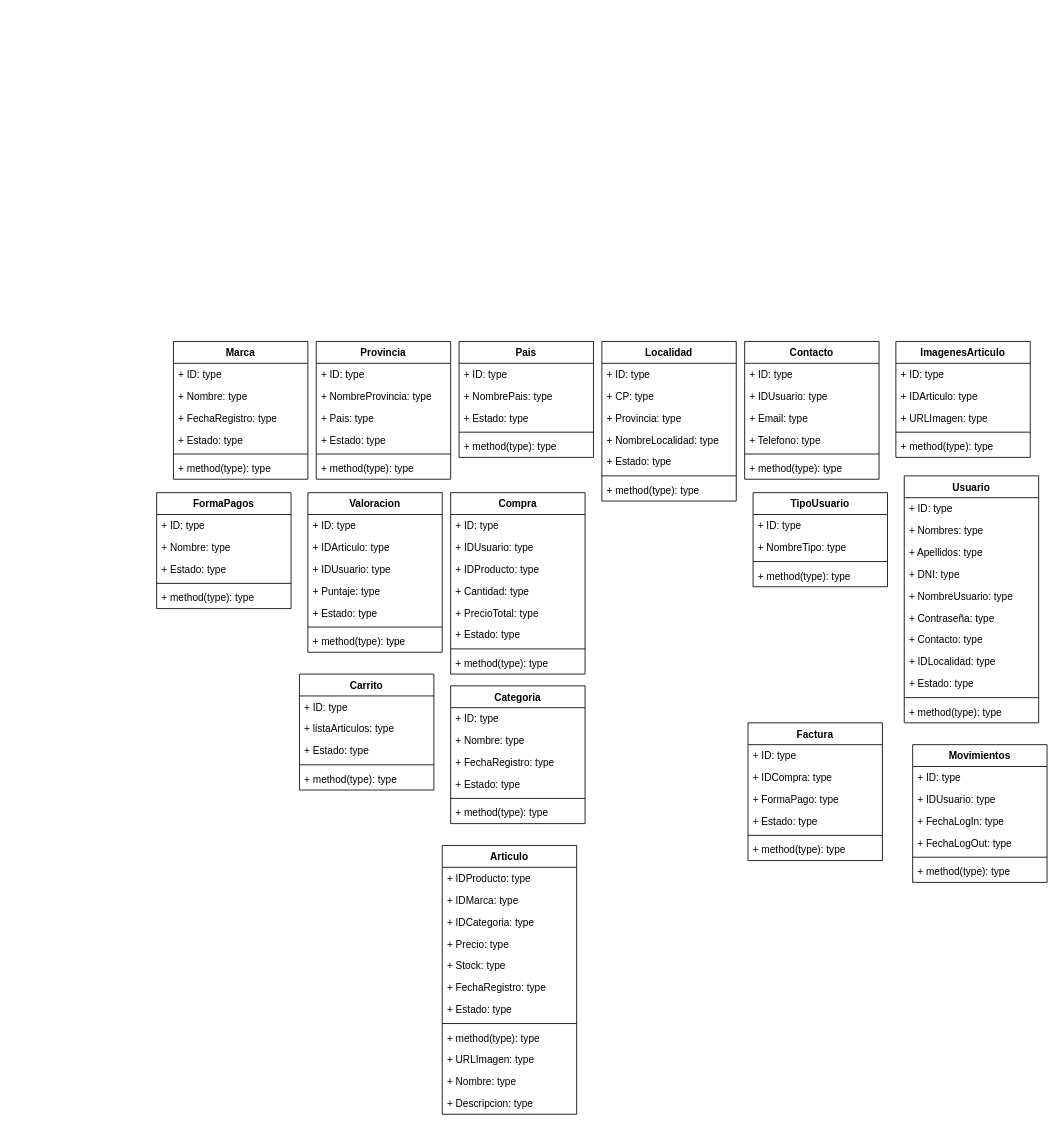
Before: UML_Ecommerce_2022.drawio in lgomezcaballero/-Programacionlll_Ecommerce, a draw.io diagram. Source tidied: cells renumbered, new cells numbered last; positions are measured from the earlier drawing's top-left corner, leaving out a move shared by most shapes. Both pictures are drawn from the tidied source at 84%, with x=0, y=0 at pixel (156, 341).
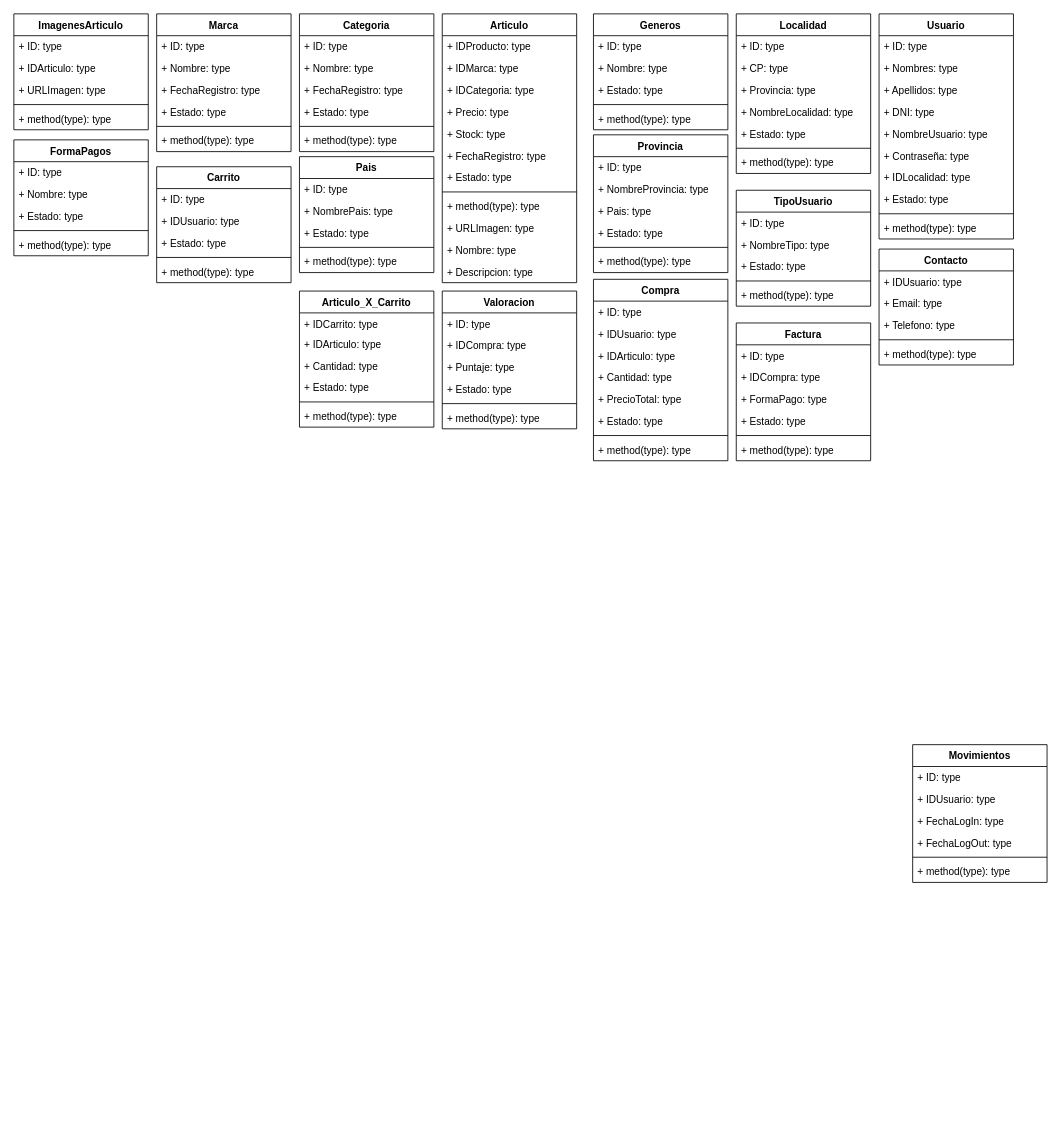
Above is the later version.

Commit message (it also covers changes not shown here):
Se agrega base de datos actualizada, nuevos articulos y se actualiza UML

What changed in the source:
```diff
@@
     <mxCell id="2" value="Articulo" style="swimlane;fontStyle=1;align=center;verticalAlign=top;horizontal=1;startSize=26;" parent="1" vertex="1">
-      <mxGeometry x="340" y="600" width="160" height="320" as="geometry" />
+      <mxGeometry x="340" y="-390" width="160" height="320" as="geometry" />
     </mxCell>
@@
     <mxCell id="15" value="Marca" style="swimlane;fontStyle=1;align=center;verticalAlign=top;horizontal=1;startSize=26;" parent="1" vertex="1">
-      <mxGeometry x="20" width="160" height="164" as="geometry" />
+      <mxGeometry y="-390" width="160" height="164" as="geometry" />
     </mxCell>
@@
     <mxCell id="22" value="Categoria" style="swimlane;fontStyle=1;align=center;verticalAlign=top;horizontal=1;startSize=26;" parent="1" vertex="1">
-      <mxGeometry x="350" y="410" width="160" height="164" as="geometry" />
+      <mxGeometry x="170" y="-390" width="160" height="164" as="geometry" />
     </mxCell>
@@
     <mxCell id="29" value="Carrito" style="swimlane;fontStyle=1;align=center;verticalAlign=top;horizontal=1;startSize=26;" parent="1" vertex="1">
-      <mxGeometry x="170" y="396" width="160" height="138" as="geometry" />
+      <mxGeometry y="-208" width="160" height="138" as="geometry" />
     </mxCell>
@@
-    <mxCell id="31" value="+ listaArticulos: type" style="text;strokeColor=none;fillColor=none;align=left;verticalAlign=top;spacingLeft=4;spacingRight=4;overflow=hidden;" parent="29" vertex="1">
-      <mxGeometry y="52" width="160" height="26" as="geometry" />
-    </mxCell>
+    <mxCell id="123" value="+ IDUsuario: type" style="text;strokeColor=none;fillColor=none;align=left;verticalAlign=top;spacingLeft=4;spacingRight=4;overflow=hidden;" parent="29" vertex="1">
+      <mxGeometry y="52" width="160" height="26" as="geometry" />
+    </mxCell>
@@
     <mxCell id="35" value="Compra" style="swimlane;fontStyle=1;align=center;verticalAlign=top;horizontal=1;startSize=26;" parent="1" vertex="1">
-      <mxGeometry x="350" y="180" width="160" height="216" as="geometry" />
+      <mxGeometry x="520" y="-74" width="160" height="216" as="geometry" />
     </mxCell>
@@
-    <mxCell id="38" value="+ IDProducto: type" style="text;strokeColor=none;fillColor=none;align=left;verticalAlign=top;spacingLeft=4;spacingRight=4;overflow=hidden;" parent="35" vertex="1">
+    <mxCell id="38" value="+ IDArticulo: type" style="text;strokeColor=none;fillColor=none;align=left;verticalAlign=top;spacingLeft=4;spacingRight=4;overflow=hidden;" parent="35" vertex="1">
       <mxGeometry y="78" width="160" height="26" as="geometry" />
     </mxCell>
@@
     <mxCell id="44" value="Usuario" style="swimlane;fontStyle=1;align=center;verticalAlign=top;horizontal=1;startSize=26;" parent="1" vertex="1">
-      <mxGeometry x="890" y="160" width="160" height="294" as="geometry" />
+      <mxGeometry x="860" y="-390" width="160" height="268" as="geometry" />
     </mxCell>
@@
-    <mxCell id="51" value="+ Contacto: type" style="text;strokeColor=none;fillColor=none;align=left;verticalAlign=top;spacingLeft=4;spacingRight=4;overflow=hidden;" parent="44" vertex="1">
-      <mxGeometry y="182" width="160" height="26" as="geometry" />
-    </mxCell>
     <mxCell id="52" value="+ IDLocalidad: type" style="text;strokeColor=none;fillColor=none;align=left;verticalAlign=top;spacingLeft=4;spacingRight=4;overflow=hidden;" parent="44" vertex="1">
-      <mxGeometry y="208" width="160" height="26" as="geometry" />
+      <mxGeometry y="182" width="160" height="26" as="geometry" />
     </mxCell>
     <mxCell id="53" value="+ Estado: type" style="text;strokeColor=none;fillColor=none;align=left;verticalAlign=top;spacingLeft=4;spacingRight=4;overflow=hidden;" parent="44" vertex="1">
-      <mxGeometry y="234" width="160" height="26" as="geometry" />
+      <mxGeometry y="208" width="160" height="26" as="geometry" />
     </mxCell>
     <mxCell id="54" style="line;strokeWidth=1;fillColor=none;align=left;verticalAlign=middle;spacingTop=-1;spacingLeft=3;spacingRight=3;labelPosition=right;" parent="44" vertex="1">
-      <mxGeometry y="260" width="160" height="8" as="geometry" />
+      <mxGeometry y="234" width="160" height="8" as="geometry" />
     </mxCell>
     <mxCell id="55" value="+ method(type): type" style="text;strokeColor=none;fillColor=none;align=left;verticalAlign=top;spacingLeft=4;spacingRight=4;overflow=hidden;" parent="44" vertex="1">
-      <mxGeometry y="268" width="160" height="26" as="geometry" />
+      <mxGeometry y="242" width="160" height="26" as="geometry" />
     </mxCell>
     <mxCell id="56" value="Factura" style="swimlane;fontStyle=1;align=center;verticalAlign=top;horizontal=1;startSize=26;" parent="1" vertex="1">
-      <mxGeometry x="704" y="454" width="160" height="164" as="geometry" />
+      <mxGeometry x="690" y="-22" width="160" height="164" as="geometry" />
     </mxCell>
@@
     <mxCell id="63" value="TipoUsuario" style="swimlane;fontStyle=1;align=center;verticalAlign=top;horizontal=1;startSize=26;" parent="1" vertex="1">
-      <mxGeometry x="710" y="180" width="160" height="112" as="geometry" />
+      <mxGeometry x="690" y="-180" width="160" height="138" as="geometry" />
     </mxCell>
@@
+    <mxCell id="124" value="+ Estado: type" style="text;strokeColor=none;fillColor=none;align=left;verticalAlign=top;spacingLeft=4;spacingRight=4;overflow=hidden;" parent="63" vertex="1">
+      <mxGeometry y="78" width="160" height="26" as="geometry" />
+    </mxCell>
     <mxCell id="66" style="line;strokeWidth=1;fillColor=none;align=left;verticalAlign=middle;spacingTop=-1;spacingLeft=3;spacingRight=3;labelPosition=right;" parent="63" vertex="1">
-      <mxGeometry y="78" width="160" height="8" as="geometry" />
+      <mxGeometry y="104" width="160" height="8" as="geometry" />
     </mxCell>
     <mxCell id="67" value="+ method(type): type" style="text;strokeColor=none;fillColor=none;align=left;verticalAlign=top;spacingLeft=4;spacingRight=4;overflow=hidden;" parent="63" vertex="1">
-      <mxGeometry y="86" width="160" height="26" as="geometry" />
+      <mxGeometry y="112" width="160" height="26" as="geometry" />
     </mxCell>
@@
     <mxCell id="75" value="Contacto" style="swimlane;fontStyle=1;align=center;verticalAlign=top;horizontal=1;startSize=26;" parent="1" vertex="1">
-      <mxGeometry x="700" width="160" height="164" as="geometry" />
+      <mxGeometry x="860" y="-110" width="160" height="138" as="geometry" />
     </mxCell>
-    <mxCell id="76" value="+ ID: type" style="text;strokeColor=none;fillColor=none;align=left;verticalAlign=top;spacingLeft=4;spacingRight=4;overflow=hidden;" parent="75" vertex="1">
-      <mxGeometry y="26" width="160" height="26" as="geometry" />
-    </mxCell>
     <mxCell id="77" value="+ IDUsuario: type" style="text;strokeColor=none;fillColor=none;align=left;verticalAlign=top;spacingLeft=4;spacingRight=4;overflow=hidden;" parent="75" vertex="1">
-      <mxGeometry y="52" width="160" height="26" as="geometry" />
+      <mxGeometry y="26" width="160" height="26" as="geometry" />
     </mxCell>
     <mxCell id="78" value="+ Email: type" style="text;strokeColor=none;fillColor=none;align=left;verticalAlign=top;spacingLeft=4;spacingRight=4;overflow=hidden;" parent="75" vertex="1">
-      <mxGeometry y="78" width="160" height="26" as="geometry" />
+      <mxGeometry y="52" width="160" height="26" as="geometry" />
     </mxCell>
     <mxCell id="79" value="+ Telefono: type" style="text;strokeColor=none;fillColor=none;align=left;verticalAlign=top;spacingLeft=4;spacingRight=4;overflow=hidden;" parent="75" vertex="1">
-      <mxGeometry y="104" width="160" height="26" as="geometry" />
+      <mxGeometry y="78" width="160" height="26" as="geometry" />
     </mxCell>
     <mxCell id="80" style="line;strokeWidth=1;fillColor=none;align=left;verticalAlign=middle;spacingTop=-1;spacingLeft=3;spacingRight=3;labelPosition=right;" parent="75" vertex="1">
-      <mxGeometry y="130" width="160" height="8" as="geometry" />
+      <mxGeometry y="104" width="160" height="8" as="geometry" />
     </mxCell>
     <mxCell id="81" value="+ method(type): type" style="text;strokeColor=none;fillColor=none;align=left;verticalAlign=top;spacingLeft=4;spacingRight=4;overflow=hidden;" parent="75" vertex="1">
-      <mxGeometry y="138" width="160" height="26" as="geometry" />
+      <mxGeometry y="112" width="160" height="26" as="geometry" />
     </mxCell>
     <mxCell id="82" value="Localidad" style="swimlane;fontStyle=1;align=center;verticalAlign=top;horizontal=1;startSize=26;" parent="1" vertex="1">
-      <mxGeometry x="530" width="160" height="190" as="geometry" />
+      <mxGeometry x="690" y="-390" width="160" height="190" as="geometry" />
     </mxCell>
@@
     <mxCell id="90" value="Provincia" style="swimlane;fontStyle=1;align=center;verticalAlign=top;horizontal=1;startSize=26;" parent="1" vertex="1">
-      <mxGeometry x="190" width="160" height="164" as="geometry" />
+      <mxGeometry x="520" y="-246" width="160" height="164" as="geometry" />
     </mxCell>
@@
     <mxCell id="97" value="Pais" style="swimlane;fontStyle=1;align=center;verticalAlign=top;horizontal=1;startSize=26;" parent="1" vertex="1">
-      <mxGeometry x="360" width="160" height="138" as="geometry" />
+      <mxGeometry x="170" y="-220" width="160" height="138" as="geometry" />
     </mxCell>
@@
     <mxCell id="103" value="Valoracion" style="swimlane;fontStyle=1;align=center;verticalAlign=top;horizontal=1;startSize=26;" parent="1" vertex="1">
-      <mxGeometry x="180" y="180" width="160" height="190" as="geometry" />
+      <mxGeometry x="340" y="-60" width="160" height="164" as="geometry" />
     </mxCell>
@@
-    <mxCell id="105" value="+ IDArticulo: type" style="text;strokeColor=none;fillColor=none;align=left;verticalAlign=top;spacingLeft=4;spacingRight=4;overflow=hidden;" parent="103" vertex="1">
-      <mxGeometry y="52" width="160" height="26" as="geometry" />
-    </mxCell>
-    <mxCell id="106" value="+ IDUsuario: type" style="text;strokeColor=none;fillColor=none;align=left;verticalAlign=top;spacingLeft=4;spacingRight=4;overflow=hidden;" parent="103" vertex="1">
-      <mxGeometry y="78" width="160" height="26" as="geometry" />
+    <mxCell id="106" value="+ IDCompra: type" style="text;strokeColor=none;fillColor=none;align=left;verticalAlign=top;spacingLeft=4;spacingRight=4;overflow=hidden;" parent="103" vertex="1">
+      <mxGeometry y="52" width="160" height="26" as="geometry" />
     </mxCell>
     <mxCell id="107" value="+ Puntaje: type" style="text;strokeColor=none;fillColor=none;align=left;verticalAlign=top;spacingLeft=4;spacingRight=4;overflow=hidden;" parent="103" vertex="1">
-      <mxGeometry y="104" width="160" height="26" as="geometry" />
+      <mxGeometry y="78" width="160" height="26" as="geometry" />
     </mxCell>
     <mxCell id="108" value="+ Estado: type" style="text;strokeColor=none;fillColor=none;align=left;verticalAlign=top;spacingLeft=4;spacingRight=4;overflow=hidden;" parent="103" vertex="1">
-      <mxGeometry y="130" width="160" height="26" as="geometry" />
+      <mxGeometry y="104" width="160" height="26" as="geometry" />
     </mxCell>
     <mxCell id="109" style="line;strokeWidth=1;fillColor=none;align=left;verticalAlign=middle;spacingTop=-1;spacingLeft=3;spacingRight=3;labelPosition=right;" parent="103" vertex="1">
-      <mxGeometry y="156" width="160" height="8" as="geometry" />
+      <mxGeometry y="130" width="160" height="8" as="geometry" />
     </mxCell>
     <mxCell id="110" value="+ method(type): type" style="text;strokeColor=none;fillColor=none;align=left;verticalAlign=top;spacingLeft=4;spacingRight=4;overflow=hidden;" parent="103" vertex="1">
-      <mxGeometry y="164" width="160" height="26" as="geometry" />
+      <mxGeometry y="138" width="160" height="26" as="geometry" />
     </mxCell>
     <mxCell id="111" value="ImagenesArticulo" style="swimlane;fontStyle=1;align=center;verticalAlign=top;horizontal=1;startSize=26;" parent="1" vertex="1">
-      <mxGeometry x="880" width="160" height="138" as="geometry" />
+      <mxGeometry x="-170" y="-390" width="160" height="138" as="geometry" />
     </mxCell>
@@
     <mxCell id="117" value="FormaPagos" style="swimlane;fontStyle=1;align=center;verticalAlign=top;horizontal=1;startSize=26;" parent="1" vertex="1">
-      <mxGeometry y="180" width="160" height="138" as="geometry" />
+      <mxGeometry x="-170" y="-240" width="160" height="138" as="geometry" />
     </mxCell>
@@
+    <mxCell id="125" value="Articulo_X_Carrito" style="swimlane;fontStyle=1;align=center;verticalAlign=top;horizontal=1;startSize=26;" parent="1" vertex="1">
+      <mxGeometry x="170" y="-60" width="160" height="162" as="geometry" />
+    </mxCell>
+    <mxCell id="126" value="+ IDCarrito: type" style="text;strokeColor=none;fillColor=none;align=left;verticalAlign=top;spacingLeft=4;spacingRight=4;overflow=hidden;" parent="125" vertex="1">
+      <mxGeometry y="26" width="160" height="24" as="geometry" />
+    </mxCell>
+    <mxCell id="105" value="+ IDArticulo: type" style="text;strokeColor=none;fillColor=none;align=left;verticalAlign=top;spacingLeft=4;spacingRight=4;overflow=hidden;" parent="125" vertex="1">
+      <mxGeometry y="50" width="160" height="26" as="geometry" />
+    </mxCell>
+    <mxCell id="127" value="+ Cantidad: type" style="text;strokeColor=none;fillColor=none;align=left;verticalAlign=top;spacingLeft=4;spacingRight=4;overflow=hidden;" parent="125" vertex="1">
+      <mxGeometry y="76" width="160" height="26" as="geometry" />
+    </mxCell>
+    <mxCell id="128" value="+ Estado: type" style="text;strokeColor=none;fillColor=none;align=left;verticalAlign=top;spacingLeft=4;spacingRight=4;overflow=hidden;" parent="125" vertex="1">
+      <mxGeometry y="102" width="160" height="26" as="geometry" />
+    </mxCell>
+    <mxCell id="129" style="line;strokeWidth=1;fillColor=none;align=left;verticalAlign=middle;spacingTop=-1;spacingLeft=3;spacingRight=3;labelPosition=right;" parent="125" vertex="1">
+      <mxGeometry y="128" width="160" height="8" as="geometry" />
+    </mxCell>
+    <mxCell id="130" value="+ method(type): type" style="text;strokeColor=none;fillColor=none;align=left;verticalAlign=top;spacingLeft=4;spacingRight=4;overflow=hidden;" parent="125" vertex="1">
+      <mxGeometry y="136" width="160" height="26" as="geometry" />
+    </mxCell>
+    <mxCell id="131" value="Generos" style="swimlane;fontStyle=1;align=center;verticalAlign=top;horizontal=1;startSize=26;" parent="1" vertex="1">
+      <mxGeometry x="520" y="-390" width="160" height="138" as="geometry" />
+    </mxCell>
+    <mxCell id="76" value="+ ID: type" style="text;strokeColor=none;fillColor=none;align=left;verticalAlign=top;spacingLeft=4;spacingRight=4;overflow=hidden;" parent="131" vertex="1">
+      <mxGeometry y="26" width="160" height="26" as="geometry" />
+    </mxCell>
+    <mxCell id="132" value="+ Nombre: type" style="text;strokeColor=none;fillColor=none;align=left;verticalAlign=top;spacingLeft=4;spacingRight=4;overflow=hidden;" parent="131" vertex="1">
+      <mxGeometry y="52" width="160" height="26" as="geometry" />
+    </mxCell>
+    <mxCell id="133" value="+ Estado: type" style="text;strokeColor=none;fillColor=none;align=left;verticalAlign=top;spacingLeft=4;spacingRight=4;overflow=hidden;" parent="131" vertex="1">
+      <mxGeometry y="78" width="160" height="26" as="geometry" />
+    </mxCell>
+    <mxCell id="134" style="line;strokeWidth=1;fillColor=none;align=left;verticalAlign=middle;spacingTop=-1;spacingLeft=3;spacingRight=3;labelPosition=right;" parent="131" vertex="1">
+      <mxGeometry y="104" width="160" height="8" as="geometry" />
+    </mxCell>
+    <mxCell id="135" value="+ method(type): type" style="text;strokeColor=none;fillColor=none;align=left;verticalAlign=top;spacingLeft=4;spacingRight=4;overflow=hidden;" parent="131" vertex="1">
+      <mxGeometry y="112" width="160" height="26" as="geometry" />
+    </mxCell>
```
